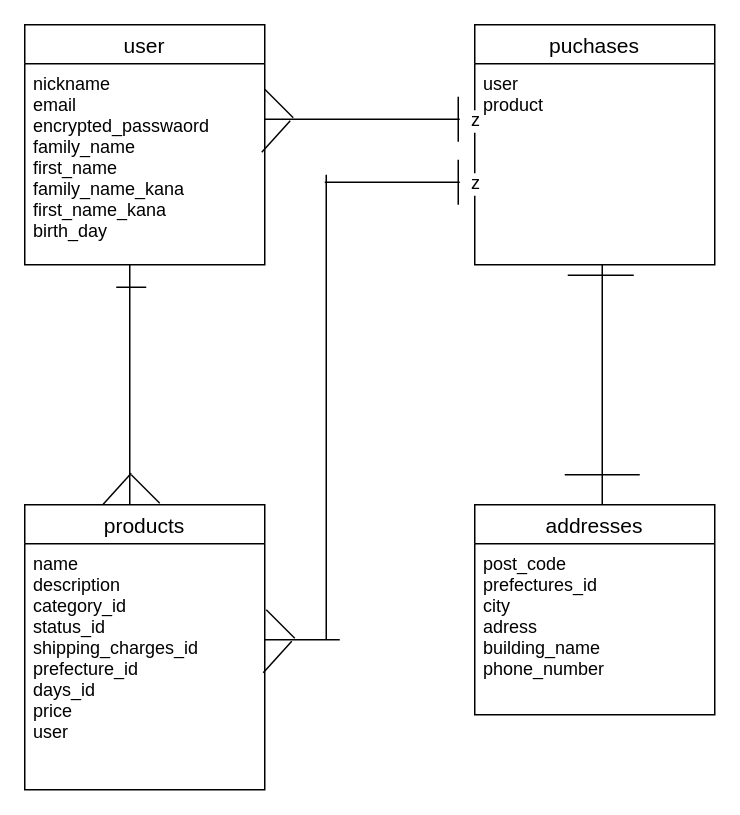
The draw.io diagram firima.dio in Kawase-Ryo/furima-38243, before the edit. Source tidied: cells renumbered, new cells numbered last; positions are measured from the earlier drawing's top-left corner, leaving out a move shared by most shapes. Both pictures are drawn from the tidied source at 150%, with x=0, y=0 at pixel (24, 24).
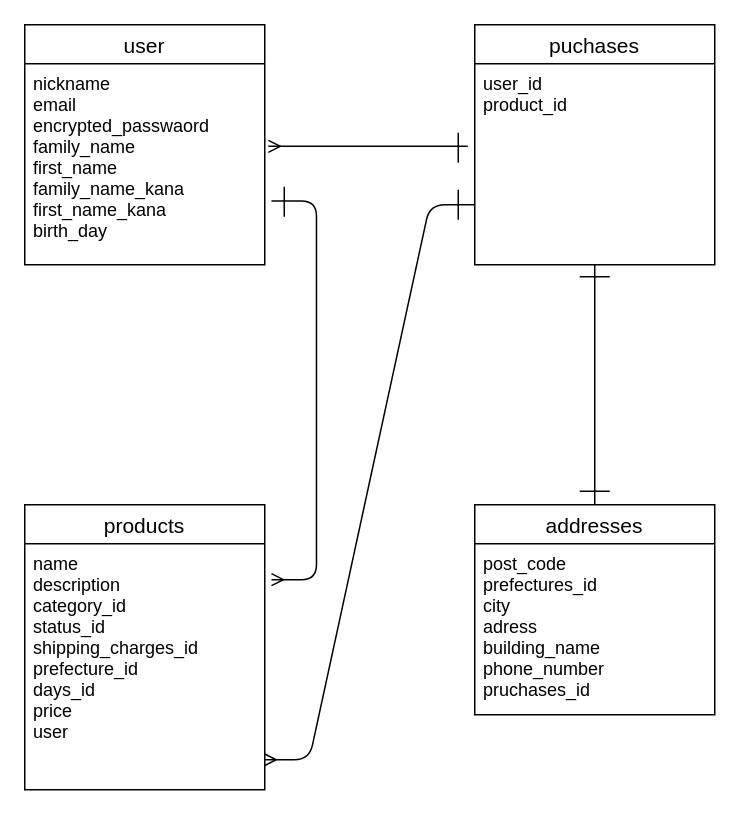
The same page after the edit.

Commit message (it also covers changes not shown here):
データベース設計-19

The change refers to these unchanged cells:
```xml
<mxCell id="3" value="nickname&#10;email&#10;encrypted_passwaord&#10;family_name&#10;first_name&#10;family_name_kana&#10;first_name_kana&#10;birth_day" style="text;strokeColor=none;fillColor=none;spacingLeft=4;spacingRight=4;overflow=hidden;points=[[0,0.5],[1,0.5]];portConstraint=eastwest;fontSize=12;" parent="2" vertex="1">
  <mxGeometry y="26" width="160" height="134" as="geometry" />
</mxCell>
<mxCell id="4" value="puchases" style="swimlane;fontStyle=0;horizontal=1;startSize=26;align=center;fontSize=14;" parent="1" vertex="1">
  <mxGeometry x="300" width="160" height="160" as="geometry" />
</mxCell>
<mxCell id="7" value="name&#10;description&#10;category_id&#10;status_id&#10;shipping_charges_id&#10;prefecture_id&#10;days_id&#10;price&#10;user" style="text;strokeColor=none;fillColor=none;spacingLeft=4;spacingRight=4;overflow=hidden;points=[[0,0.5],[1,0.5]];portConstraint=eastwest;fontSize=12;" parent="6" vertex="1">
  <mxGeometry y="26" width="160" height="164" as="geometry" />
</mxCell>
<mxCell id="20" value="addresses" style="swimlane;fontStyle=0;horizontal=1;startSize=26;align=center;fontSize=14;" parent="1" vertex="1">
  <mxGeometry x="300" y="320" width="160" height="140" as="geometry" />
</mxCell>
```

What changed in the source:
```diff
@@
-    <mxCell id="5" value="user&#10;product" style="text;strokeColor=none;fillColor=none;spacingLeft=4;spacingRight=4;overflow=hidden;points=[[0,0.5],[1,0.5]];portConstraint=eastwest;fontSize=12;" parent="4" vertex="1">
+    <mxCell id="5" value="user_id&#10;product_id" style="text;strokeColor=none;fillColor=none;spacingLeft=4;spacingRight=4;overflow=hidden;points=[[0,0.5],[1,0.5]];portConstraint=eastwest;fontSize=12;" parent="4" vertex="1">
       <mxGeometry y="26" width="160" height="134" as="geometry" />
     </mxCell>
@@
-    <mxCell id="8" value="z" style="line;strokeWidth=1;dashed=0;labelPosition=right;align=left;verticalAlign=middle;spacingTop=0;spacingLeft=6;" parent="1" vertex="1">
-      <mxGeometry x="160" y="58" width="130" height="10" as="geometry" />
-    </mxCell>
-    <mxCell id="9" style="line;strokeWidth=1;dashed=0;labelPosition=right;align=left;verticalAlign=middle;spacingTop=0;spacingLeft=6;direction=south;" parent="1" vertex="1">
-      <mxGeometry x="65" y="160" width="10" height="160" as="geometry" />
-    </mxCell>
-    <mxCell id="10" style="endArrow=none;html=1;entryX=0.843;entryY=0.4;entryDx=0;entryDy=0;entryPerimeter=0;" parent="1" edge="1">
-      <mxGeometry relative="1" as="geometry">
-        <mxPoint x="52" y="320" as="sourcePoint" />
-        <mxPoint x="71" y="299" as="targetPoint" />
-      </mxGeometry>
-    </mxCell>
-    <mxCell id="11" style="endArrow=none;html=1;" parent="1" edge="1">
-      <mxGeometry relative="1" as="geometry">
-        <mxPoint x="90" y="319" as="sourcePoint" />
-        <mxPoint x="71" y="300" as="targetPoint" />
-      </mxGeometry>
-    </mxCell>
-    <mxCell id="12" style="endArrow=none;html=1;rounded=0;" parent="1" edge="1">
-      <mxGeometry relative="1" as="geometry">
-        <mxPoint x="61" y="175" as="sourcePoint" />
-        <mxPoint x="81" y="175" as="targetPoint" />
-      </mxGeometry>
-    </mxCell>
-    <mxCell id="13" style="endArrow=none;html=1;rounded=0;" parent="1" edge="1">
-      <mxGeometry relative="1" as="geometry">
-        <mxPoint x="289" y="48" as="sourcePoint" />
-        <mxPoint x="289" y="78" as="targetPoint" />
-      </mxGeometry>
-    </mxCell>
-    <mxCell id="14" style="line;strokeWidth=1;dashed=0;labelPosition=right;align=left;verticalAlign=middle;spacingTop=0;spacingLeft=6;direction=south;" parent="1" vertex="1">
-      <mxGeometry x="380" y="160" width="10" height="160" as="geometry" />
-    </mxCell>
-    <mxCell id="15" style="endArrow=none;html=1;" parent="1" edge="1">
-      <mxGeometry relative="1" as="geometry">
-        <mxPoint x="180" y="409" as="sourcePoint" />
-        <mxPoint x="161" y="390" as="targetPoint" />
-      </mxGeometry>
-    </mxCell>
-    <mxCell id="16" style="endArrow=none;html=1;entryX=0.843;entryY=0.4;entryDx=0;entryDy=0;entryPerimeter=0;" parent="1" edge="1">
-      <mxGeometry relative="1" as="geometry">
-        <mxPoint x="159" y="432" as="sourcePoint" />
-        <mxPoint x="178" y="411" as="targetPoint" />
-      </mxGeometry>
-    </mxCell>
-    <mxCell id="17" style="endArrow=none;html=1;rounded=0;" parent="1" edge="1">
-      <mxGeometry relative="1" as="geometry">
-        <mxPoint x="362" y="167" as="sourcePoint" />
-        <mxPoint x="406" y="167" as="targetPoint" />
-      </mxGeometry>
-    </mxCell>
-    <mxCell id="18" style="endArrow=none;html=1;rounded=0;" parent="1" edge="1">
-      <mxGeometry relative="1" as="geometry">
-        <mxPoint x="360" y="300" as="sourcePoint" />
-        <mxPoint x="410" y="300" as="targetPoint" />
-      </mxGeometry>
-    </mxCell>
-    <mxCell id="19" style="endArrow=none;html=1;rounded=0;" parent="1" edge="1">
-      <mxGeometry relative="1" as="geometry">
-        <mxPoint x="160" y="410" as="sourcePoint" />
-        <mxPoint x="210" y="410" as="targetPoint" />
-      </mxGeometry>
-    </mxCell>
@@
-    <mxCell id="21" value="post_code&#10;prefectures_id&#10;city&#10;adress&#10;building_name&#10;phone_number" style="text;strokeColor=none;fillColor=none;spacingLeft=4;spacingRight=4;overflow=hidden;fontSize=12;" parent="20" vertex="1">
+    <mxCell id="21" value="post_code&#10;prefectures_id&#10;city&#10;adress&#10;building_name&#10;phone_number&#10;pruchases_id" style="text;strokeColor=none;fillColor=none;spacingLeft=4;spacingRight=4;overflow=hidden;fontSize=12;" parent="20" vertex="1">
       <mxGeometry y="26" width="160" height="114" as="geometry" />
     </mxCell>
-    <mxCell id="22" style="line;strokeWidth=1;dashed=0;labelPosition=right;align=left;verticalAlign=middle;spacingTop=0;spacingLeft=6;direction=south;" parent="1" vertex="1">
-      <mxGeometry x="196" y="100" width="10" height="310" as="geometry" />
-    </mxCell>
-    <mxCell id="23" value="z" style="line;strokeWidth=1;dashed=0;labelPosition=right;align=left;verticalAlign=middle;spacingTop=0;spacingLeft=6;" parent="1" vertex="1">
-      <mxGeometry x="200" y="100" width="90" height="10" as="geometry" />
-    </mxCell>
-    <mxCell id="24" style="endArrow=none;html=1;rounded=0;" parent="1" edge="1">
-      <mxGeometry relative="1" as="geometry">
-        <mxPoint x="289" y="90" as="sourcePoint" />
-        <mxPoint x="289" y="120" as="targetPoint" />
-      </mxGeometry>
-    </mxCell>
-    <mxCell id="25" style="endArrow=none;html=1;" parent="1" edge="1">
-      <mxGeometry relative="1" as="geometry">
-        <mxPoint x="179" y="62" as="sourcePoint" />
-        <mxPoint x="160" y="43" as="targetPoint" />
-      </mxGeometry>
-    </mxCell>
-    <mxCell id="26" style="endArrow=none;html=1;entryX=0.843;entryY=0.4;entryDx=0;entryDy=0;entryPerimeter=0;" parent="1" edge="1">
-      <mxGeometry relative="1" as="geometry">
-        <mxPoint x="158" y="85" as="sourcePoint" />
-        <mxPoint x="177" y="64" as="targetPoint" />
-      </mxGeometry>
-    </mxCell>
+    <mxCell id="27" style="edgeStyle=entityRelationEdgeStyle;fontSize=12;html=1;endArrow=ERmany;fontColor=none;exitX=0;exitY=0.701;exitDx=0;exitDy=0;exitPerimeter=0;entryX=0.998;entryY=0.878;entryDx=0;entryDy=0;entryPerimeter=0;" parent="1" edge="1" source="5" target="7">
+      <mxGeometry relative="1" as="geometry" />
+    </mxCell>
+    <mxCell id="28" style="edgeStyle=entityRelationEdgeStyle;fontSize=12;html=1;endArrow=ERmany;fontColor=none;entryX=1.015;entryY=0.411;entryDx=0;entryDy=0;entryPerimeter=0;" parent="1" edge="1" target="3">
+      <mxGeometry relative="1" as="geometry">
+        <mxPoint x="270" y="81" as="sourcePoint" />
+      </mxGeometry>
+    </mxCell>
+    <mxCell id="29" style="endArrow=none;html=1;rounded=0;fontColor=none;" parent="1" edge="1" source="5" target="20">
+      <mxGeometry relative="1" as="geometry" />
+    </mxCell>
+    <mxCell id="30" style="line;strokeWidth=1;dashed=0;labelPosition=right;align=left;verticalAlign=middle;spacingTop=0;spacingLeft=6;fontColor=none;direction=south;" parent="1" vertex="1">
+      <mxGeometry x="168" y="108" width="10" height="20" as="geometry" />
+    </mxCell>
+    <mxCell id="31" style="line;strokeWidth=1;dashed=0;labelPosition=right;align=left;verticalAlign=middle;spacingTop=0;spacingLeft=6;fontColor=none;direction=south;" parent="1" vertex="1">
+      <mxGeometry x="284" y="110" width="10" height="20" as="geometry" />
+    </mxCell>
+    <mxCell id="32" style="line;strokeWidth=1;dashed=0;labelPosition=right;align=left;verticalAlign=middle;spacingTop=0;spacingLeft=6;fontColor=none;direction=south;" parent="1" vertex="1">
+      <mxGeometry x="284" y="72" width="10" height="20" as="geometry" />
+    </mxCell>
+    <mxCell id="33" style="line;strokeWidth=1;dashed=0;labelPosition=right;align=left;verticalAlign=middle;spacingTop=0;spacingLeft=6;fontColor=none;direction=west;" parent="1" vertex="1">
+      <mxGeometry x="370" y="163" width="20" height="10" as="geometry" />
+    </mxCell>
+    <mxCell id="34" style="line;strokeWidth=1;dashed=0;labelPosition=right;align=left;verticalAlign=middle;spacingTop=0;spacingLeft=6;fontColor=none;direction=west;" parent="1" vertex="1">
+      <mxGeometry x="370" y="306" width="20" height="10" as="geometry" />
+    </mxCell>
+    <mxCell id="35" style="edgeStyle=entityRelationEdgeStyle;fontSize=12;html=1;endArrow=ERmany;fontColor=none;entryX=1.028;entryY=0.146;entryDx=0;entryDy=0;entryPerimeter=0;exitX=1.028;exitY=0.683;exitDx=0;exitDy=0;exitPerimeter=0;" parent="1" edge="1" source="3" target="7">
+      <mxGeometry relative="1" as="geometry" />
+    </mxCell>
```
